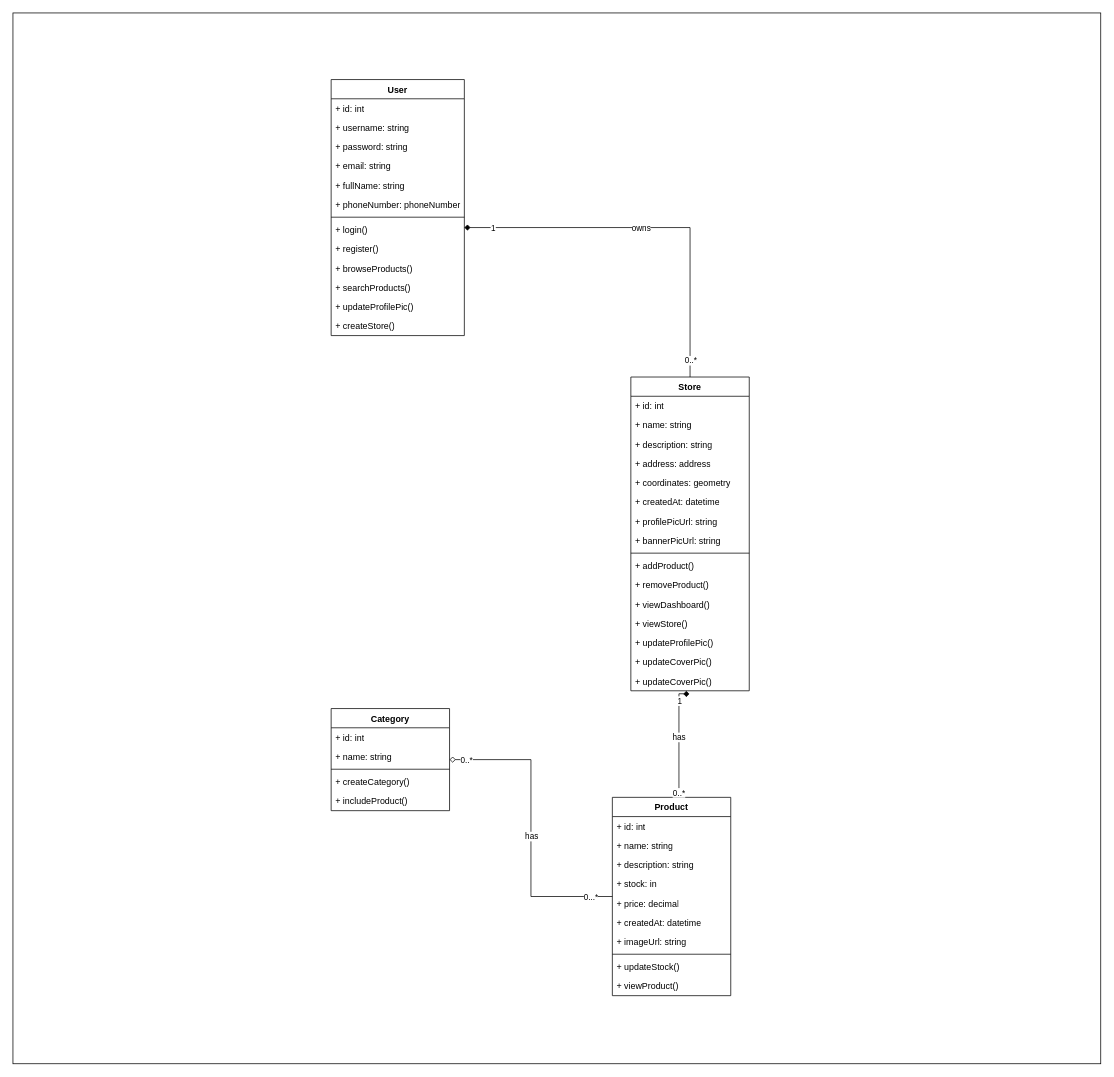
The draw.io diagram page "Class Diagram (Store)" (3 of 4) of diagrams/e-commerce-class-diagram.drawio in RHILIUS/E-Commerce-Docs, before the edit. Source tidied: cells renumbered, new cells numbered last; positions are measured from the earlier drawing's top-left corner, leaving out a move shared by most shapes. Both pictures are drawn from the tidied source at 74%, with x=0, y=0 at pixel (13, 13).
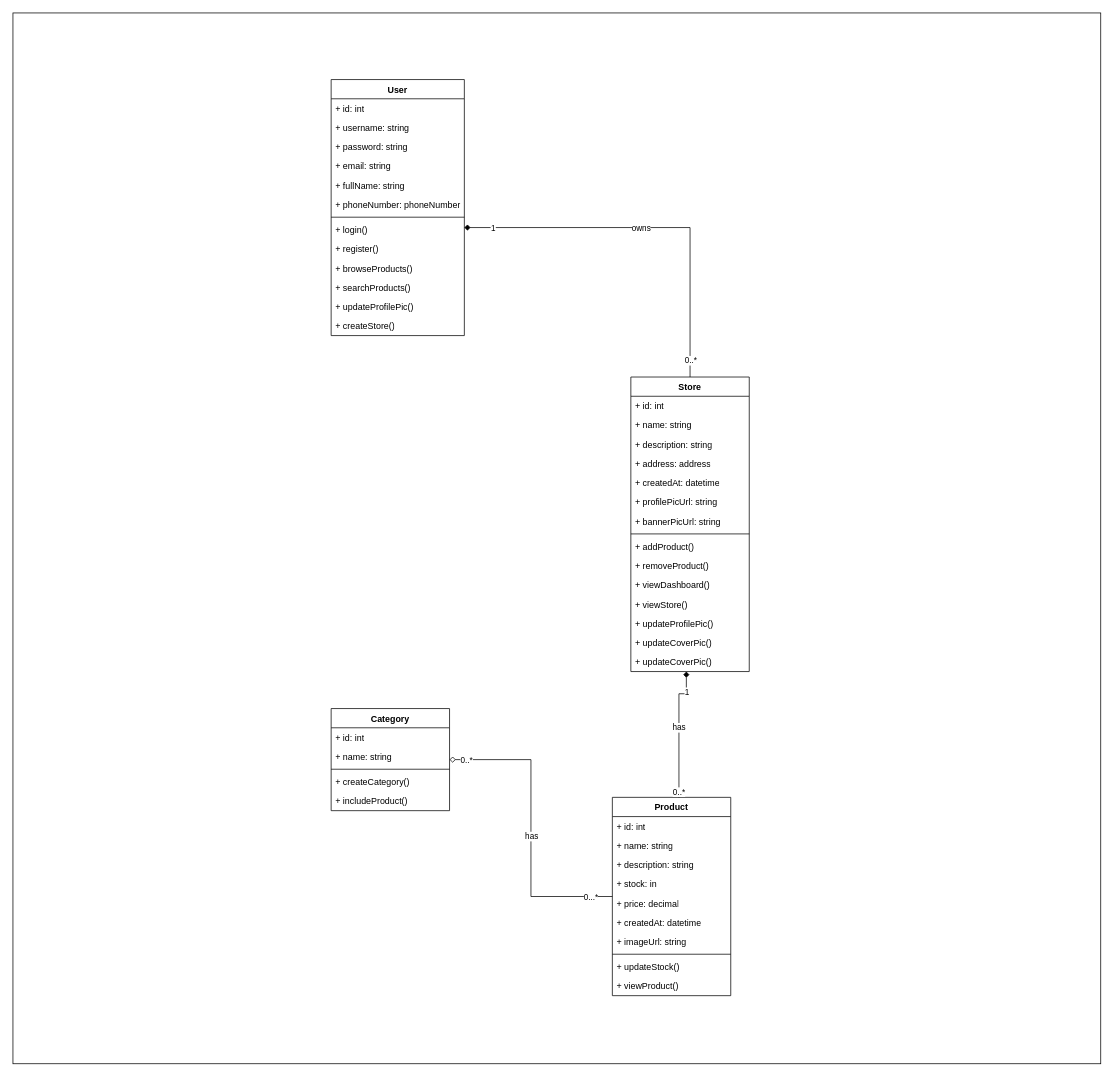
After the change.

What changed in the source:
```diff
@@
     <mxCell id="3" value="Store" style="swimlane;fontStyle=1;align=center;verticalAlign=top;horizontal=1;startSize=26;whiteSpace=wrap;html=1;" parent="1" vertex="1">
-      <mxGeometry x="835" y="492" width="160" height="424" as="geometry" />
+      <mxGeometry x="835" y="492" width="160" height="398" as="geometry" />
     </mxCell>
@@
-    <mxCell id="8" value="+ coordinates: geometry" style="text;strokeColor=none;fillColor=none;align=left;verticalAlign=top;spacingLeft=4;spacingRight=4;overflow=hidden;whiteSpace=wrap;html=1;" parent="3" vertex="1">
-      <mxGeometry y="130" width="160" height="26" as="geometry" />
-    </mxCell>
     <mxCell id="9" value="+ createdAt: datetime" style="text;strokeColor=none;fillColor=none;align=left;verticalAlign=top;spacingLeft=4;spacingRight=4;overflow=hidden;whiteSpace=wrap;html=1;" parent="3" vertex="1">
-      <mxGeometry y="156" width="160" height="26" as="geometry" />
+      <mxGeometry y="130" width="160" height="26" as="geometry" />
     </mxCell>
     <mxCell id="10" value="+ profilePicUrl: string" style="text;strokeColor=none;fillColor=none;align=left;verticalAlign=top;spacingLeft=4;spacingRight=4;overflow=hidden;whiteSpace=wrap;html=1;" parent="3" vertex="1">
-      <mxGeometry y="182" width="160" height="26" as="geometry" />
+      <mxGeometry y="156" width="160" height="26" as="geometry" />
     </mxCell>
     <mxCell id="11" value="+ bannerPicUrl: string" style="text;strokeColor=none;fillColor=none;align=left;verticalAlign=top;spacingLeft=4;spacingRight=4;overflow=hidden;whiteSpace=wrap;html=1;" parent="3" vertex="1">
-      <mxGeometry y="208" width="160" height="26" as="geometry" />
+      <mxGeometry y="182" width="160" height="26" as="geometry" />
     </mxCell>
     <mxCell id="12" style="line;strokeWidth=1;fillColor=none;align=left;verticalAlign=middle;spacingTop=-1;spacingLeft=3;spacingRight=3;labelPosition=right;strokeColor=inherit;" parent="3" vertex="1">
-      <mxGeometry y="234" width="160" height="8" as="geometry" />
+      <mxGeometry y="208" width="160" height="8" as="geometry" />
     </mxCell>
     <mxCell id="13" value="+ addProduct()" style="text;strokeColor=none;fillColor=none;align=left;verticalAlign=top;spacingLeft=4;spacingRight=4;overflow=hidden;whiteSpace=wrap;html=1;" parent="3" vertex="1">
-      <mxGeometry y="242" width="160" height="26" as="geometry" />
+      <mxGeometry y="216" width="160" height="26" as="geometry" />
     </mxCell>
     <mxCell id="14" value="+ removeProduct()" style="text;strokeColor=none;fillColor=none;align=left;verticalAlign=top;spacingLeft=4;spacingRight=4;overflow=hidden;whiteSpace=wrap;html=1;" parent="3" vertex="1">
-      <mxGeometry y="268" width="160" height="26" as="geometry" />
+      <mxGeometry y="242" width="160" height="26" as="geometry" />
     </mxCell>
     <mxCell id="15" value="+ viewDashboard()" style="text;strokeColor=none;fillColor=none;align=left;verticalAlign=top;spacingLeft=4;spacingRight=4;overflow=hidden;whiteSpace=wrap;html=1;" parent="3" vertex="1">
-      <mxGeometry y="294" width="160" height="26" as="geometry" />
+      <mxGeometry y="268" width="160" height="26" as="geometry" />
     </mxCell>
     <mxCell id="16" value="+ viewStore()" style="text;strokeColor=none;fillColor=none;align=left;verticalAlign=top;spacingLeft=4;spacingRight=4;overflow=hidden;whiteSpace=wrap;html=1;" parent="3" vertex="1">
-      <mxGeometry y="320" width="160" height="26" as="geometry" />
+      <mxGeometry y="294" width="160" height="26" as="geometry" />
     </mxCell>
     <mxCell id="17" value="+ updateProfilePic()" style="text;strokeColor=none;fillColor=none;align=left;verticalAlign=top;spacingLeft=4;spacingRight=4;overflow=hidden;whiteSpace=wrap;html=1;" parent="3" vertex="1">
-      <mxGeometry y="346" width="160" height="26" as="geometry" />
+      <mxGeometry y="320" width="160" height="26" as="geometry" />
     </mxCell>
     <mxCell id="18" value="+ updateCoverPic()" style="text;strokeColor=none;fillColor=none;align=left;verticalAlign=top;spacingLeft=4;spacingRight=4;overflow=hidden;whiteSpace=wrap;html=1;" parent="3" vertex="1">
-      <mxGeometry y="372" width="160" height="26" as="geometry" />
+      <mxGeometry y="346" width="160" height="26" as="geometry" />
     </mxCell>
     <mxCell id="19" value="+ updateCoverPic()" style="text;strokeColor=none;fillColor=none;align=left;verticalAlign=top;spacingLeft=4;spacingRight=4;overflow=hidden;whiteSpace=wrap;html=1;" parent="3" vertex="1">
-      <mxGeometry y="398" width="160" height="26" as="geometry" />
+      <mxGeometry y="372" width="160" height="26" as="geometry" />
     </mxCell>
```
